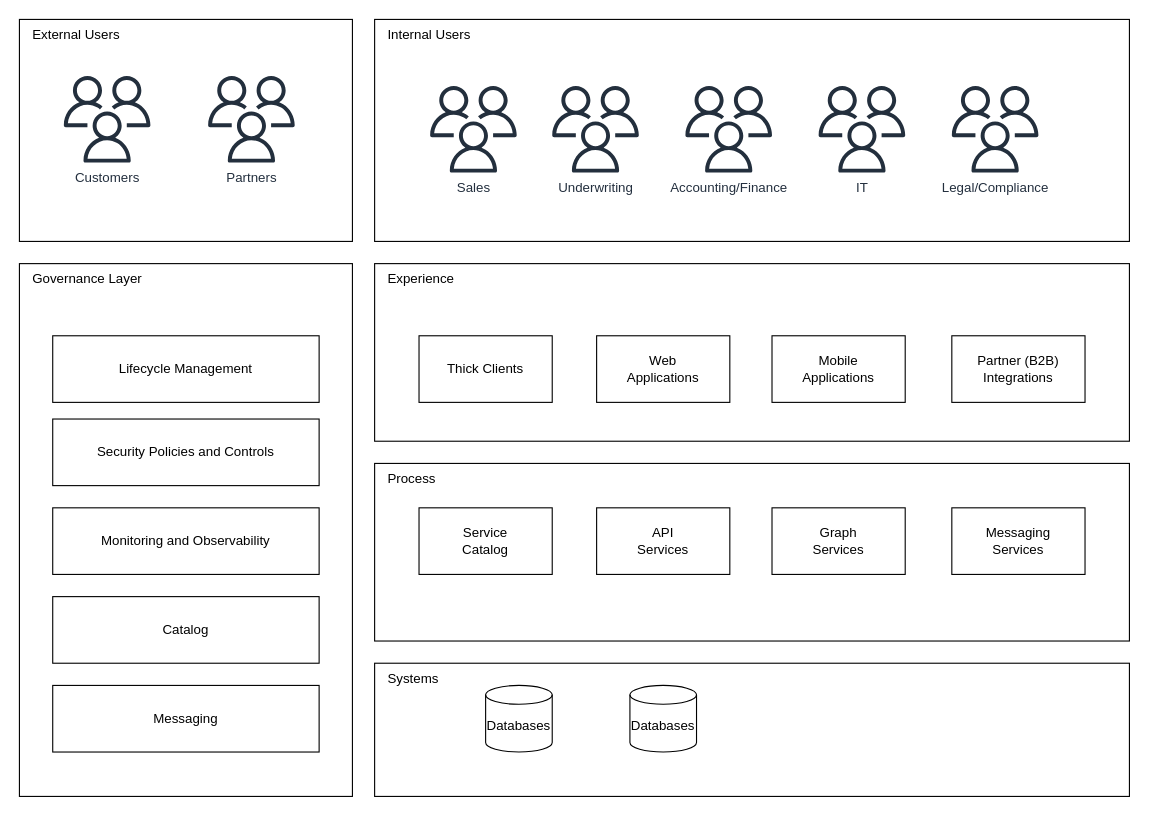
Before: test.drawio in darrellcbrown/architecture-diagrams, a draw.io diagram. Source tidied: cells renumbered, new cells numbered last; positions are measured from the earlier drawing's top-left corner, leaving out a move shared by most shapes. Both pictures are drawn from the tidied source at 111%, with x=0, y=0 at pixel (19, 19).
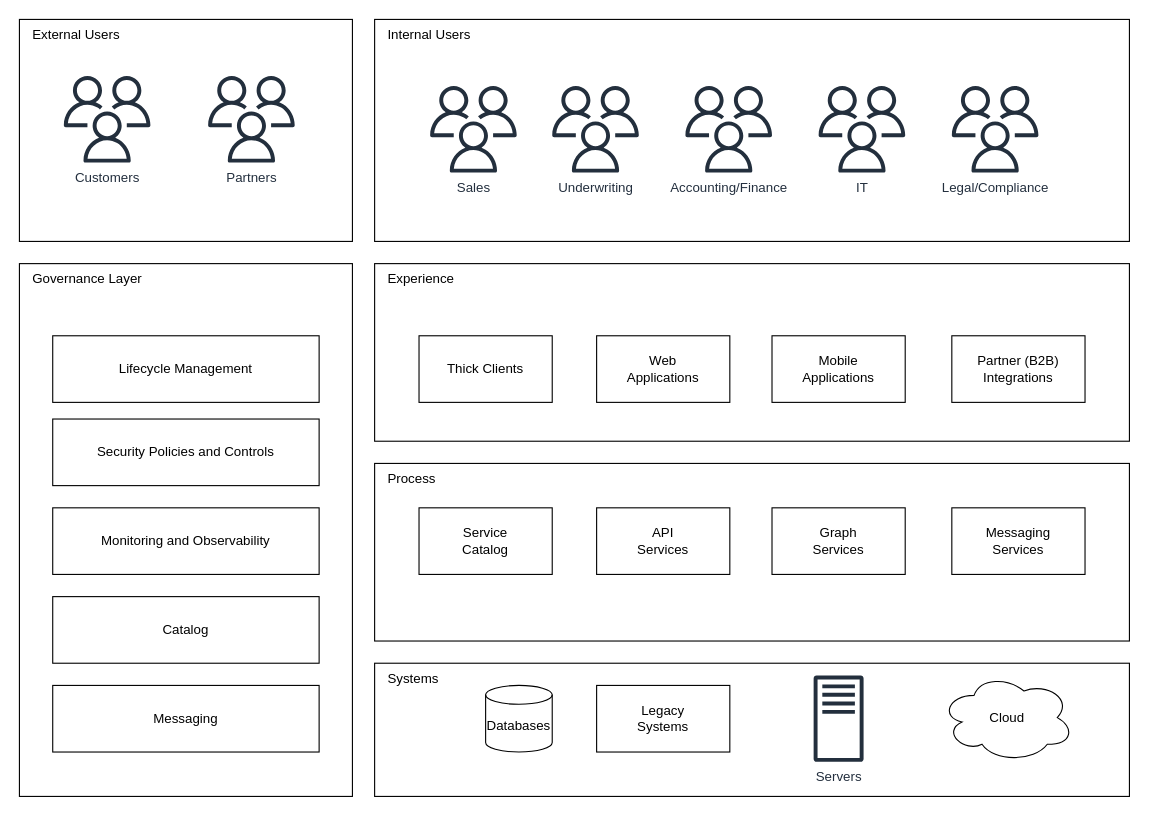
The same page after the edit.

Diff of the diagram source:
```diff
@@
-    <mxCell id="29" value="Databases" style="shape=cylinder3;whiteSpace=wrap;html=1;boundedLbl=1;backgroundOutline=1;size=8.51171875;" parent="1" vertex="1">
-      <mxGeometry x="550" y="600" width="60" height="60" as="geometry" />
-    </mxCell>
+    <mxCell id="30" value="Legacy&lt;br&gt;Systems" style="rounded=0;whiteSpace=wrap;html=1;" parent="1" vertex="1">
+      <mxGeometry x="520" y="600" width="120" height="60" as="geometry" />
+    </mxCell>
+    <mxCell id="31" value="Servers" style="sketch=0;fontColor=#232F3E;gradientColor=none;fillColor=#232F3D;strokeColor=none;dashed=0;verticalLabelPosition=bottom;verticalAlign=top;align=center;html=1;fontSize=12;fontStyle=0;shape=mxgraph.aws4.traditional_server;" parent="1" vertex="1">
+      <mxGeometry x="715.5" y="591" width="45" height="78" as="geometry" />
+    </mxCell>
+    <mxCell id="32" value="Cloud" style="ellipse;shape=cloud;whiteSpace=wrap;html=1;" parent="1" vertex="1">
+      <mxGeometry x="830" y="589" width="120" height="80" as="geometry" />
+    </mxCell>
```
